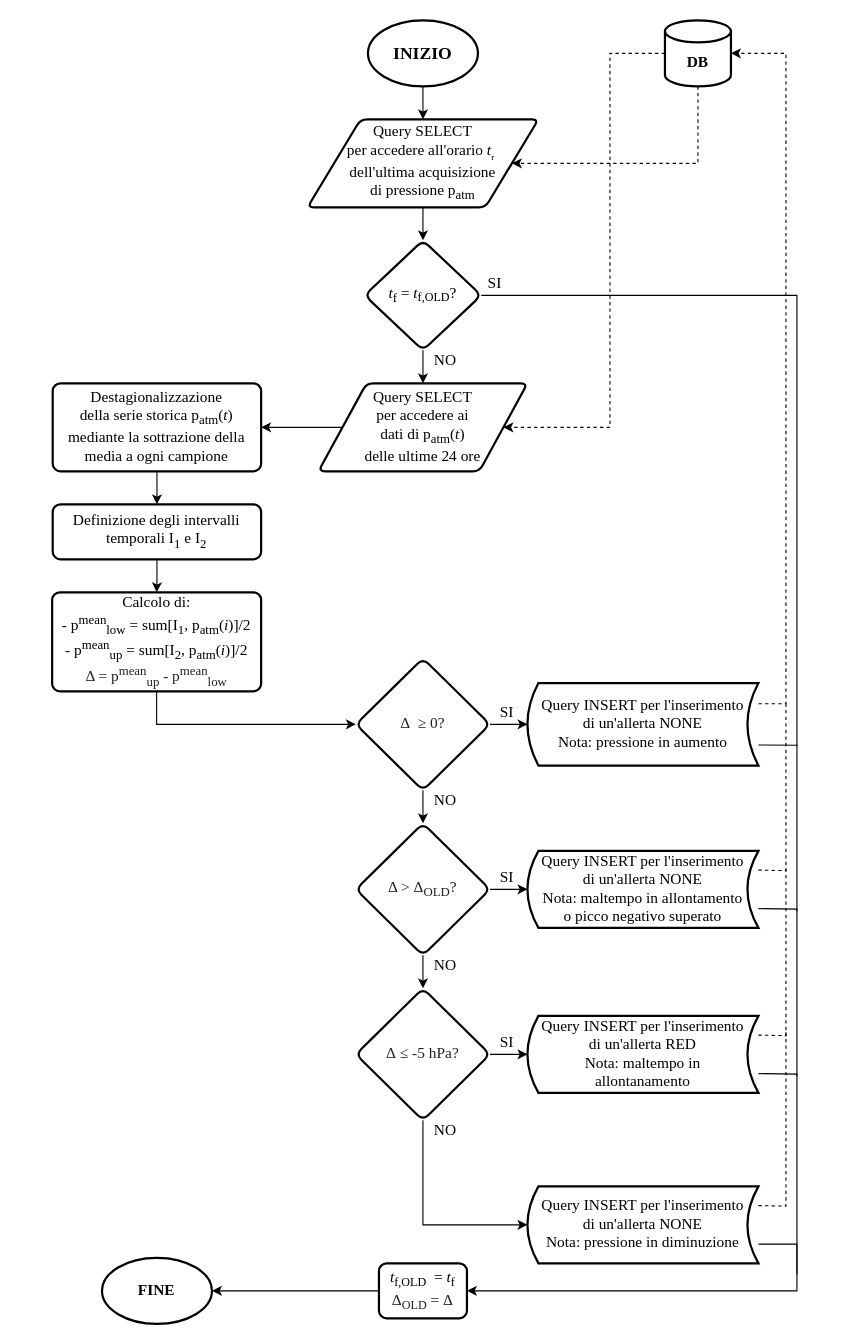
Above: Iterazioni/Documentazione/Iterazione 3/OtherFiles/FC - Generatore allerte BW.drawio in matteoverzeroli/LVSEmergency (draw.io), before the change. Source tidied: cells renumbered, new cells numbered last; positions are measured from the earlier drawing's top-left corner, leaving out a move shared by most shapes. Both pictures are drawn from the tidied source at 110%, with x=0, y=0 at pixel (52, 20).
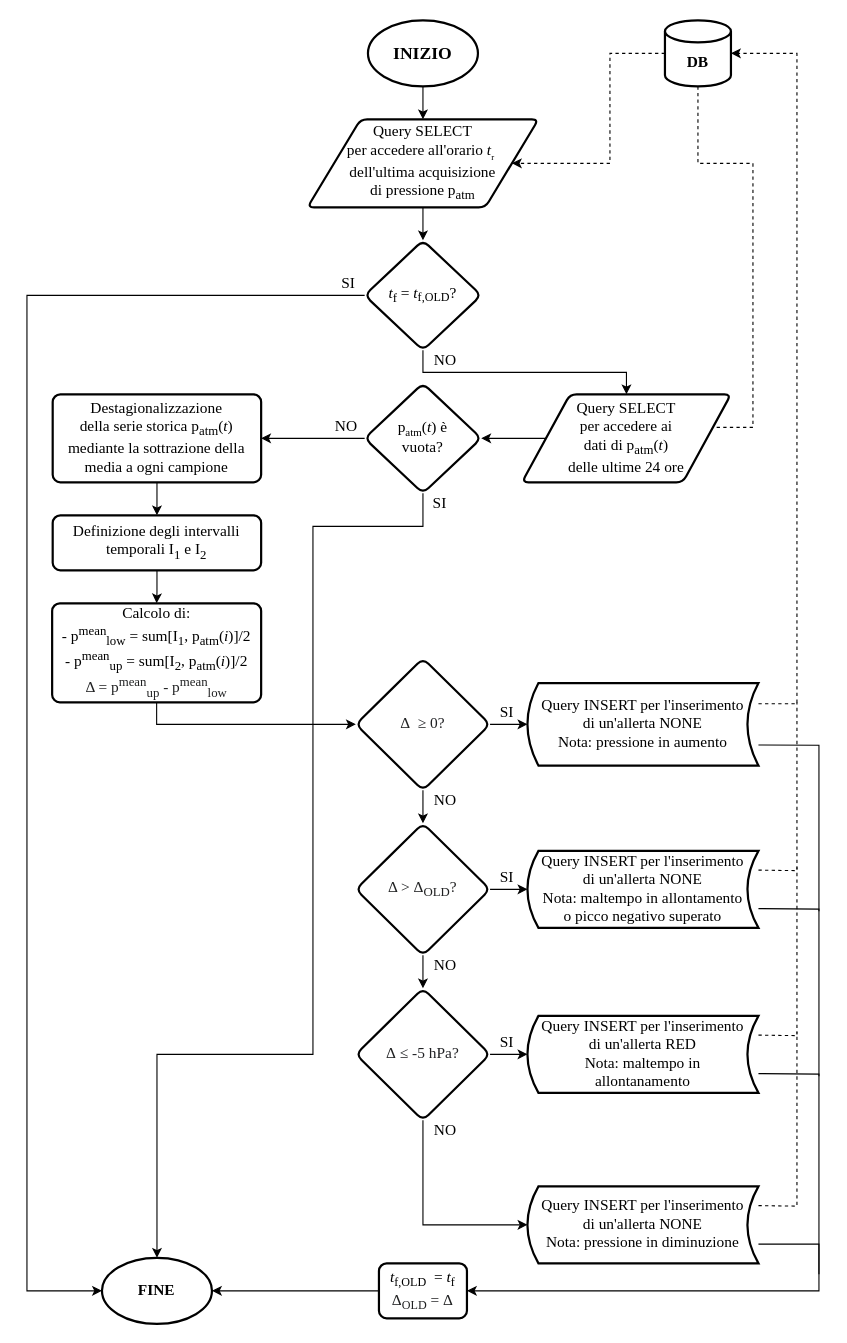
The same diagram, later.

Commit message (it also covers changes not shown here):
Correzione flow charts: inserimento condizioni di terminazione se la serie storica è vuota

Unchanged cells that the change refers to:
```xml
<mxCell id="6" value="&lt;br&gt;&lt;b&gt;DB&lt;/b&gt;" style="strokeWidth=2;html=1;shape=mxgraph.flowchart.database;whiteSpace=wrap;fontFamily=Times New Roman;fontSize=14;" parent="1" vertex="1">
  <mxGeometry x="557" width="60" height="60" as="geometry" />
</mxCell>
<mxCell id="8" value="Query SELECT &lt;br&gt;per accedere all'orario&amp;nbsp;&lt;i&gt;t&lt;/i&gt;&lt;sub&gt;&lt;font style=&quot;font-size: 8px&quot;&gt;r&lt;/font&gt;&lt;/sub&gt;&amp;nbsp;&lt;br&gt;dell'ultima acquisizione &lt;br&gt;di pressione p&lt;sub&gt;atm&lt;/sub&gt;" style="shape=parallelogram;html=1;strokeWidth=2;perimeter=parallelogramPerimeter;whiteSpace=wrap;rounded=1;arcSize=12;size=0.23;fontFamily=Times New Roman;fontSize=14;" parent="1" vertex="1">
  <mxGeometry x="232" y="90" width="210" height="80" as="geometry" />
</mxCell>
<mxCell id="10" value="&lt;font face=&quot;Times New Roman&quot;&gt;&lt;span style=&quot;font-size: 14px&quot;&gt;&lt;i&gt;t&lt;/i&gt;&lt;sub&gt;f&lt;/sub&gt; = &lt;/span&gt;&lt;i style=&quot;font-size: 14px&quot;&gt;t&lt;/i&gt;&lt;sub&gt;&lt;font style=&quot;font-size: 11px&quot;&gt;f,OLD&lt;/font&gt;&lt;/sub&gt;&lt;span style=&quot;font-size: 14px&quot;&gt;?&lt;/span&gt;&lt;/font&gt;" style="rhombus;whiteSpace=wrap;html=1;rounded=1;arcSize=14;strokeWidth=2;" parent="1" vertex="1">
  <mxGeometry x="284" y="200" width="106" height="100" as="geometry" />
</mxCell>
<mxCell id="37" value="&lt;font&gt;&lt;i style=&quot;font-size: 14px&quot;&gt;t&lt;/i&gt;&lt;font style=&quot;vertical-align: sub ; font-size: 11px&quot;&gt;f,OLD&lt;/font&gt;&lt;font style=&quot;font-size: 14px ; vertical-align: sub&quot;&gt;&amp;nbsp;&lt;/font&gt;&lt;font&gt;&lt;sub style=&quot;font-size: 14px&quot;&gt;&amp;nbsp;&lt;/sub&gt;=&amp;nbsp;&lt;i style=&quot;font-size: 14px&quot;&gt;t&lt;/i&gt;&lt;sub&gt;&lt;font style=&quot;font-size: 11px&quot;&gt;f&lt;/font&gt;&lt;br&gt;&lt;/sub&gt;&lt;font style=&quot;font-size: 14px&quot;&gt;&amp;nbsp;&lt;/font&gt;&lt;/font&gt;&lt;span style=&quot;color: rgb(32 , 33 , 34) ; text-align: left ; background-color: rgb(255 , 255 , 255)&quot;&gt;Δ&lt;sub&gt;&lt;font style=&quot;font-size: 11px&quot;&gt;OLD&lt;/font&gt;&lt;/sub&gt;&amp;nbsp;=&amp;nbsp;&lt;/span&gt;&lt;span style=&quot;font-size: 14px ; color: rgb(32 , 33 , 34) ; text-align: left ; background-color: rgb(255 , 255 , 255)&quot;&gt;Δ&amp;nbsp;&lt;/span&gt;&lt;/font&gt;" style="rounded=1;whiteSpace=wrap;html=1;absoluteArcSize=1;arcSize=14;strokeWidth=2;fontFamily=Times New Roman;fontSize=14;" parent="1" vertex="1">
  <mxGeometry x="297" y="1130" width="80" height="50" as="geometry" />
</mxCell>
<mxCell id="38" value="Query INSERT per l'inserimento &lt;br&gt;di un'allerta NONE&lt;br&gt;Nota: maltempo in allontamento &lt;br&gt;o picco negativo superato" style="shape=dataStorage;whiteSpace=wrap;html=1;fixedSize=1;fontFamily=Times New Roman;fontSize=14;size=10;strokeWidth=2;" parent="1" vertex="1">
  <mxGeometry x="432" y="755" width="210" height="70" as="geometry" />
</mxCell>
<mxCell id="40" value="Query INSERT per l'inserimento &lt;br&gt;di un'allerta NONE&lt;br&gt;Nota: pressione in diminuzione" style="shape=dataStorage;whiteSpace=wrap;html=1;fixedSize=1;fontFamily=Times New Roman;fontSize=14;size=10;strokeWidth=2;" parent="1" vertex="1">
  <mxGeometry x="432" y="1060" width="210" height="70" as="geometry" />
</mxCell>
<mxCell id="41" value="&lt;b&gt;FINE&lt;/b&gt;" style="strokeWidth=2;html=1;shape=mxgraph.flowchart.start_1;whiteSpace=wrap;fontFamily=Times New Roman;fontSize=14;" parent="1" vertex="1">
  <mxGeometry x="45.2" y="1125" width="100" height="60" as="geometry" />
</mxCell>
<mxCell id="43" value="&lt;span&gt;Query INSERT per l'inserimento&lt;/span&gt;&lt;br&gt;&lt;span&gt;di un'allerta NONE&lt;/span&gt;&lt;br&gt;&lt;span&gt;Nota: pressione in aumento&lt;/span&gt;" style="shape=dataStorage;whiteSpace=wrap;html=1;fixedSize=1;fontFamily=Times New Roman;fontSize=14;size=10;strokeWidth=2;" parent="1" vertex="1">
  <mxGeometry x="432" y="602.5" width="210" height="75" as="geometry" />
</mxCell>
<mxCell id="44" value="&lt;span&gt;Query INSERT per l'inserimento&lt;/span&gt;&lt;br&gt;&lt;span&gt;di un'allerta RED&lt;/span&gt;&lt;br&gt;&lt;span&gt;Nota: maltempo in&lt;/span&gt;&lt;br&gt;&lt;span&gt;allontanamento&lt;/span&gt;" style="shape=dataStorage;whiteSpace=wrap;html=1;fixedSize=1;fontFamily=Times New Roman;fontSize=14;size=10;strokeWidth=2;" parent="1" vertex="1">
  <mxGeometry x="432" y="905" width="210" height="70" as="geometry" />
</mxCell>
```

The edit, as a diff of the source:
```diff
@@
     <mxCell id="4" style="edgeStyle=orthogonalEdgeStyle;rounded=0;jettySize=auto;html=1;entryX=1;entryY=0.5;entryDx=0;entryDy=0;fontFamily=Times New Roman;fontSize=14;dashed=1;" parent="1" edge="1" source="6" target="8">
       <mxGeometry relative="1" as="geometry">
         <Array as="points">
-          <mxPoint x="587" y="130" />
+          <mxPoint x="507" y="30" />
+          <mxPoint x="507" y="130" />
         </Array>
       </mxGeometry>
     </mxCell>
     <mxCell id="5" style="edgeStyle=orthogonalEdgeStyle;rounded=0;jettySize=auto;html=1;entryX=1;entryY=0.5;entryDx=0;entryDy=0;fontFamily=Times New Roman;fontSize=14;dashed=1;" parent="1" edge="1" source="6" target="13">
       <mxGeometry relative="1" as="geometry">
         <Array as="points">
-          <mxPoint x="507" y="30" />
-          <mxPoint x="507" y="370" />
+          <mxPoint x="587" y="130" />
+          <mxPoint x="637" y="130" />
+          <mxPoint x="637" y="370" />
+          <mxPoint x="595" y="370" />
         </Array>
       </mxGeometry>
     </mxCell>
@@
     <mxCell id="9" style="edgeStyle=orthogonalEdgeStyle;rounded=0;jettySize=auto;html=1;exitX=0.5;exitY=1;exitDx=0;exitDy=0;entryX=0.5;entryY=0;entryDx=0;entryDy=0;fontFamily=Times New Roman;fontSize=14;" parent="1" edge="1" source="10" target="13">
-      <mxGeometry relative="1" as="geometry" />
+      <mxGeometry relative="1" as="geometry">
+        <Array as="points">
+          <mxPoint x="337" y="320" />
+          <mxPoint x="522" y="320" />
+        </Array>
+      </mxGeometry>
     </mxCell>
+    <mxCell id="52" style="edgeStyle=orthogonalEdgeStyle;rounded=0;jettySize=auto;html=1;entryX=0;entryY=0.5;entryDx=0;entryDy=0;entryPerimeter=0;" parent="1" edge="1" source="10" target="41">
+      <mxGeometry relative="1" as="geometry">
+        <Array as="points">
+          <mxPoint x="-23" y="250" />
+          <mxPoint x="-23" y="1155" />
+        </Array>
+      </mxGeometry>
+    </mxCell>
@@
     <mxCell id="11" value="SI" style="text;html=1;align=center;verticalAlign=middle;strokeColor=none;fillColor=none;fontSize=14;fontFamily=Times New Roman;" parent="1" vertex="1">
-      <mxGeometry x="387" y="230" width="30" height="20" as="geometry" />
+      <mxGeometry x="254" y="230" width="30" height="20" as="geometry" />
     </mxCell>
-    <mxCell id="12" style="edgeStyle=orthogonalEdgeStyle;rounded=0;jettySize=auto;html=1;fontFamily=Times New Roman;fontSize=14;entryX=1;entryY=0.5;entryDx=0;entryDy=0;" parent="1" edge="1" source="13" target="16">
-      <mxGeometry relative="1" as="geometry" />
-    </mxCell>
+    <mxCell id="53" style="edgeStyle=orthogonalEdgeStyle;rounded=0;jettySize=auto;html=1;entryX=1;entryY=0.5;entryDx=0;entryDy=0;" parent="1" edge="1" source="13" target="56">
+      <mxGeometry relative="1" as="geometry" />
+    </mxCell>
     <mxCell id="13" value="Query SELECT&lt;br&gt;per accedere ai&lt;br&gt;dati di p&lt;sub&gt;atm&lt;/sub&gt;(&lt;i&gt;t&lt;/i&gt;)&lt;br&gt;delle ultime 24 ore" style="shape=parallelogram;html=1;strokeWidth=2;perimeter=parallelogramPerimeter;whiteSpace=wrap;rounded=1;arcSize=12;size=0.23;fontFamily=Times New Roman;fontSize=14;" parent="1" vertex="1">
-      <mxGeometry x="242" y="330" width="190" height="80" as="geometry" />
+      <mxGeometry x="427" y="340" width="190" height="80" as="geometry" />
     </mxCell>
@@
     <mxCell id="16" value="Destagionalizzazione&lt;br&gt;della serie storica p&lt;sub&gt;atm&lt;/sub&gt;(&lt;i&gt;t&lt;/i&gt;)&lt;br&gt;mediante la sottrazione della media a ogni campione" style="rounded=1;whiteSpace=wrap;html=1;absoluteArcSize=1;arcSize=14;strokeWidth=2;fontFamily=Times New Roman;fontSize=14;" parent="1" vertex="1">
-      <mxGeometry x="0.4" y="330" width="189.5" height="80" as="geometry" />
+      <mxGeometry x="0.4" y="340" width="189.5" height="80" as="geometry" />
     </mxCell>
@@
     <mxCell id="18" value="Definizione degli intervalli temporali I&lt;sub&gt;1&lt;/sub&gt;&amp;nbsp;e I&lt;sub&gt;2&lt;/sub&gt;" style="rounded=1;whiteSpace=wrap;html=1;absoluteArcSize=1;arcSize=14;strokeWidth=2;fontFamily=Times New Roman;fontSize=14;" parent="1" vertex="1">
-      <mxGeometry x="0.4" y="440" width="189.5" height="50" as="geometry" />
+      <mxGeometry x="0.4" y="450" width="189.5" height="50" as="geometry" />
     </mxCell>
@@
     <mxCell id="20" value="Calcolo di:&lt;br&gt;- p&lt;sup&gt;mean&lt;/sup&gt;&lt;sub&gt;low&lt;/sub&gt;&amp;nbsp;= sum[I&lt;sub&gt;1&lt;/sub&gt;, p&lt;sub&gt;atm&lt;/sub&gt;(&lt;i&gt;i&lt;/i&gt;)]/2&lt;br&gt;- p&lt;sup&gt;mean&lt;/sup&gt;&lt;sub&gt;up&lt;/sub&gt;&amp;nbsp;= sum[I&lt;sub&gt;2&lt;/sub&gt;, p&lt;sub&gt;atm&lt;/sub&gt;(&lt;i&gt;i&lt;/i&gt;)]/2&lt;br&gt;&lt;span style=&quot;color: rgb(32 , 33 , 34) ; text-align: left ; background-color: rgb(255 , 255 , 255)&quot;&gt;Δ = p&lt;/span&gt;&lt;sup style=&quot;color: rgb(32 , 33 , 34) ; text-align: left&quot;&gt;mean&lt;/sup&gt;&lt;sub style=&quot;color: rgb(32 , 33 , 34) ; text-align: left&quot;&gt;up&lt;/sub&gt;&lt;span style=&quot;color: rgb(32 , 33 , 34) ; text-align: left ; background-color: rgb(255 , 255 , 255)&quot;&gt;&amp;nbsp;- p&lt;/span&gt;&lt;sup style=&quot;color: rgb(32 , 33 , 34) ; text-align: left&quot;&gt;mean&lt;/sup&gt;&lt;sub style=&quot;color: rgb(32 , 33 , 34) ; text-align: left&quot;&gt;low&lt;/sub&gt;" style="rounded=1;whiteSpace=wrap;html=1;absoluteArcSize=1;arcSize=14;strokeWidth=2;fontFamily=Times New Roman;fontSize=14;" parent="1" vertex="1">
-      <mxGeometry x="-0.1" y="520" width="190" height="90" as="geometry" />
+      <mxGeometry x="-0.1" y="530" width="190" height="90" as="geometry" />
     </mxCell>
@@
     <mxCell id="39" style="edgeStyle=orthogonalEdgeStyle;rounded=0;jettySize=auto;html=1;exitX=1;exitY=0.75;exitDx=0;exitDy=0;entryX=1;entryY=0.5;entryDx=0;entryDy=0;" parent="1" edge="1" source="40" target="37">
       <mxGeometry relative="1" as="geometry">
         <Array as="points">
-          <mxPoint x="677" y="1113" />
-          <mxPoint x="677" y="1155" />
+          <mxPoint x="697" y="1113" />
+          <mxPoint x="697" y="1155" />
         </Array>
       </mxGeometry>
     </mxCell>
@@
     <mxCell id="42" style="edgeStyle=orthogonalEdgeStyle;rounded=0;jettySize=auto;html=1;exitX=1;exitY=0.25;exitDx=0;exitDy=0;dashed=1;entryX=1;entryY=0.5;entryDx=0;entryDy=0;entryPerimeter=0;" parent="1" edge="1" source="43" target="6">
       <mxGeometry relative="1" as="geometry">
         <Array as="points">
-          <mxPoint x="667" y="621" />
-          <mxPoint x="667" y="30" />
+          <mxPoint x="677" y="621" />
+          <mxPoint x="677" y="30" />
         </Array>
       </mxGeometry>
     </mxCell>
@@
     <mxCell id="45" style="endArrow=none;html=1;rounded=0;exitX=1;exitY=0.75;exitDx=0;exitDy=0;" parent="1" edge="1" source="44">
       <mxGeometry relative="1" as="geometry">
-        <mxPoint x="677" y="1140" as="targetPoint" />
+        <mxPoint x="697" y="1140" as="targetPoint" />
         <Array as="points">
-          <mxPoint x="677" y="958" />
+          <mxPoint x="697" y="958" />
         </Array>
       </mxGeometry>
     </mxCell>
     <mxCell id="46" style="endArrow=none;html=1;rounded=0;exitX=1;exitY=0.75;exitDx=0;exitDy=0;" parent="1" edge="1" source="38">
       <mxGeometry relative="1" as="geometry">
-        <mxPoint x="677" y="960" as="targetPoint" />
+        <mxPoint x="697" y="960" as="targetPoint" />
         <Array as="points">
-          <mxPoint x="677" y="808" />
+          <mxPoint x="697" y="808" />
         </Array>
       </mxGeometry>
     </mxCell>
     <mxCell id="47" style="endArrow=none;html=1;rounded=0;exitX=1;exitY=0.75;exitDx=0;exitDy=0;" parent="1" edge="1" source="43">
       <mxGeometry relative="1" as="geometry">
-        <mxPoint x="677" y="810" as="targetPoint" />
+        <mxPoint x="697" y="810" as="targetPoint" />
         <Array as="points">
-          <mxPoint x="677" y="659" />
+          <mxPoint x="697" y="659" />
+          <mxPoint x="697" y="740" />
         </Array>
       </mxGeometry>
     </mxCell>
     <mxCell id="48" style="endArrow=none;dashed=1;html=1;rounded=0;exitX=1;exitY=0.25;exitDx=0;exitDy=0;" parent="1" edge="1" source="38">
       <mxGeometry relative="1" as="geometry">
-        <mxPoint x="667" y="620" as="targetPoint" />
+        <mxPoint x="677" y="620" as="targetPoint" />
         <Array as="points">
-          <mxPoint x="667" y="773" />
+          <mxPoint x="677" y="773" />
+          <mxPoint x="677" y="650" />
         </Array>
       </mxGeometry>
     </mxCell>
     <mxCell id="49" style="endArrow=none;dashed=1;html=1;rounded=0;exitX=1;exitY=0.25;exitDx=0;exitDy=0;" parent="1" edge="1" source="44">
       <mxGeometry relative="1" as="geometry">
-        <mxPoint x="667" y="770" as="targetPoint" />
+        <mxPoint x="677" y="770" as="targetPoint" />
         <Array as="points">
-          <mxPoint x="667" y="923" />
+          <mxPoint x="677" y="923" />
         </Array>
       </mxGeometry>
     </mxCell>
-    <mxCell id="50" style="endArrow=none;dashed=1;html=1;rounded=0;exitX=1;exitY=0.25;exitDx=0;exitDy=0;" parent="1" edge="1" source="40">
-      <mxGeometry relative="1" as="geometry">
-        <mxPoint x="667" y="920" as="targetPoint" />
-        <Array as="points">
-          <mxPoint x="667" y="1078" />
-          <mxPoint x="667" y="1010" />
-        </Array>
-      </mxGeometry>
-    </mxCell>
-    <mxCell id="51" style="endArrow=none;html=1;rounded=0;exitX=1;exitY=0.5;exitDx=0;exitDy=0;" parent="1" edge="1" source="10">
-      <mxGeometry relative="1" as="geometry">
-        <mxPoint x="677" y="660" as="targetPoint" />
-        <Array as="points">
-          <mxPoint x="677" y="250" />
-        </Array>
-      </mxGeometry>
-    </mxCell>
+    <mxCell id="54" style="edgeStyle=orthogonalEdgeStyle;rounded=0;jettySize=auto;html=1;entryX=1;entryY=0.5;entryDx=0;entryDy=0;" parent="1" edge="1" source="56" target="16">
+      <mxGeometry relative="1" as="geometry" />
+    </mxCell>
+    <mxCell id="55" style="edgeStyle=orthogonalEdgeStyle;rounded=0;jettySize=auto;html=1;entryX=0.5;entryY=0;entryDx=0;entryDy=0;entryPerimeter=0;" parent="1" edge="1" source="56" target="41">
+      <mxGeometry relative="1" as="geometry">
+        <Array as="points">
+          <mxPoint x="337" y="460" />
+          <mxPoint x="237" y="460" />
+          <mxPoint x="237" y="940" />
+          <mxPoint x="95" y="940" />
+        </Array>
+      </mxGeometry>
+    </mxCell>
+    <mxCell id="56" value="&lt;span style=&quot;font-family: &amp;#34;times new roman&amp;#34; ; font-size: 14px&quot;&gt;p&lt;/span&gt;&lt;sub style=&quot;font-family: &amp;#34;times new roman&amp;#34;&quot;&gt;atm&lt;/sub&gt;&lt;span style=&quot;font-family: &amp;#34;times new roman&amp;#34; ; font-size: 14px&quot;&gt;(&lt;/span&gt;&lt;i style=&quot;font-family: &amp;#34;times new roman&amp;#34; ; font-size: 14px&quot;&gt;t&lt;/i&gt;&lt;span style=&quot;font-family: &amp;#34;times new roman&amp;#34; ; font-size: 14px&quot;&gt;) è &lt;br&gt;vuota?&lt;/span&gt;" style="rhombus;whiteSpace=wrap;html=1;rounded=1;arcSize=14;strokeWidth=2;" parent="1" vertex="1">
+      <mxGeometry x="284" y="330" width="106" height="100" as="geometry" />
+    </mxCell>
+    <mxCell id="57" value="NO" style="text;html=1;align=center;verticalAlign=middle;strokeColor=none;fillColor=none;fontSize=14;fontFamily=Times New Roman;" parent="1" vertex="1">
+      <mxGeometry x="247" y="360" width="40" height="20" as="geometry" />
+    </mxCell>
+    <mxCell id="58" value="SI" style="text;html=1;align=center;verticalAlign=middle;strokeColor=none;fillColor=none;fontSize=14;fontFamily=Times New Roman;" parent="1" vertex="1">
+      <mxGeometry x="337" y="430" width="30" height="20" as="geometry" />
+    </mxCell>
+    <mxCell id="59" style="endArrow=none;dashed=1;html=1;rounded=0;exitX=1;exitY=0.25;exitDx=0;exitDy=0;" parent="1" edge="1" source="40">
+      <mxGeometry relative="1" as="geometry">
+        <mxPoint x="677" y="920" as="targetPoint" />
+        <Array as="points">
+          <mxPoint x="677" y="1078" />
+        </Array>
+      </mxGeometry>
+    </mxCell>
```
